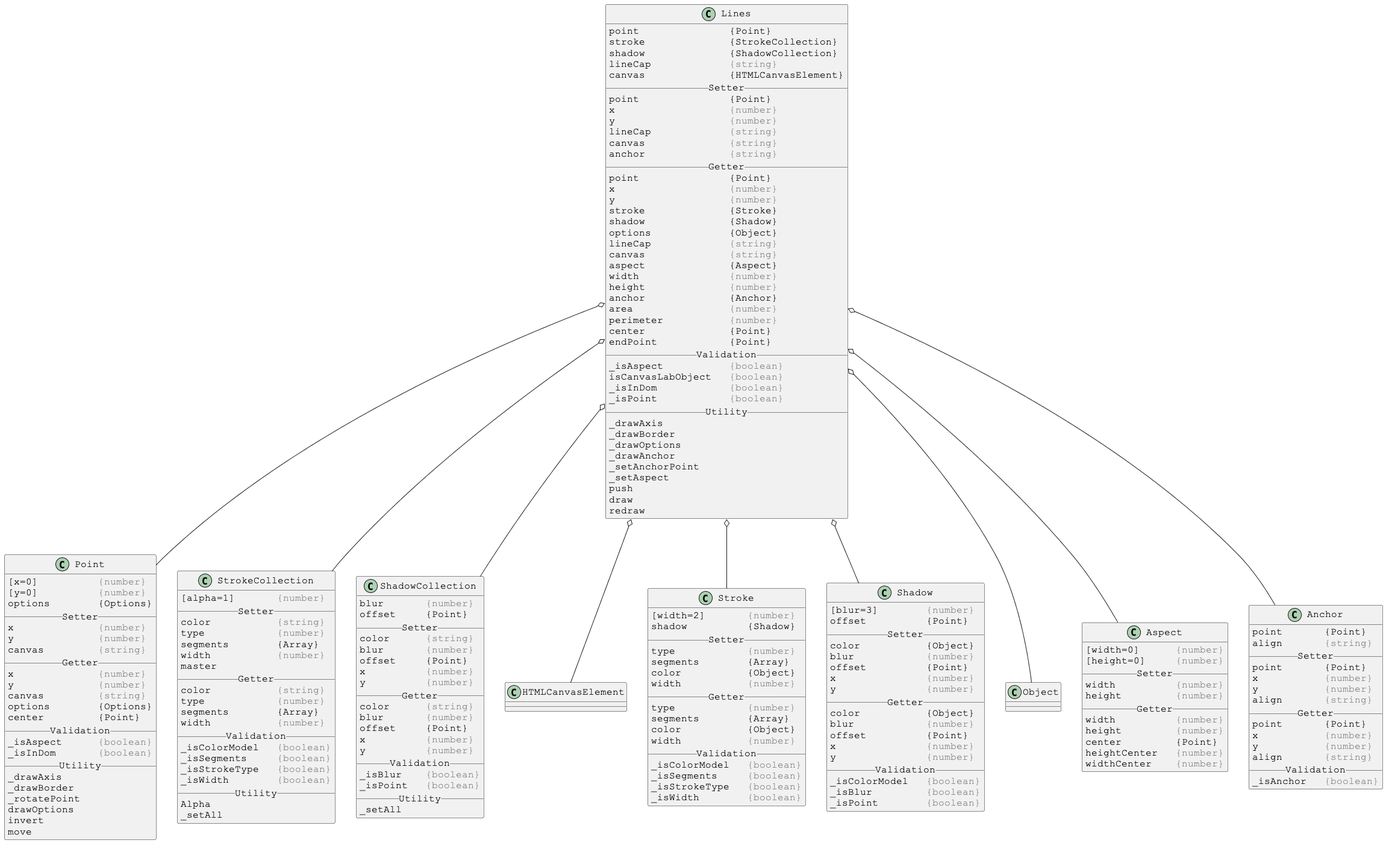
Justin-Byrne/canvasLab keeps this PlantUML diagram as docs/PlantUml/images/linked/Lines-linked.png. Above is the earlier version.
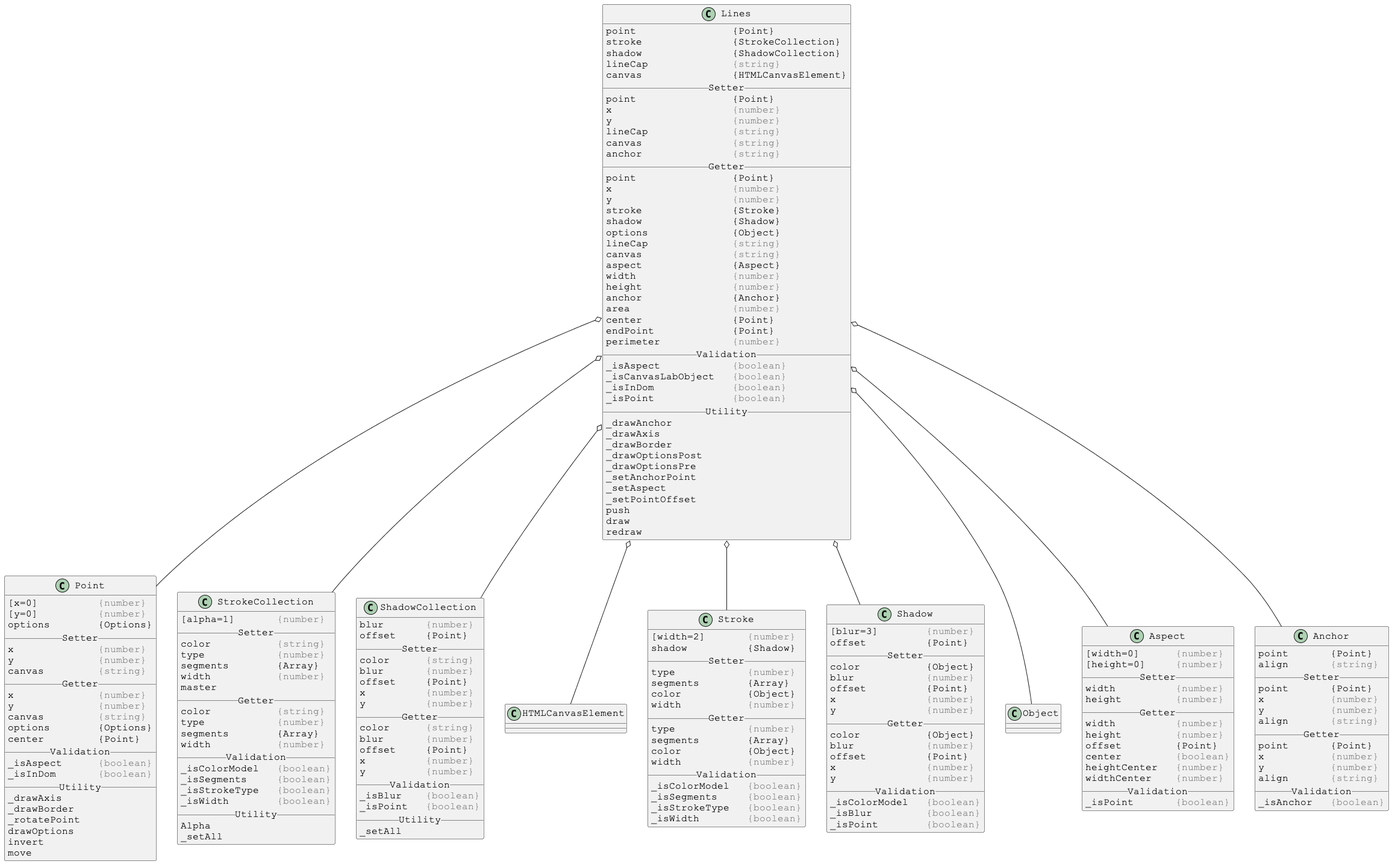
The same file after the commit.

What changed in the source:
```diff
@@ -4,47 +4,49 @@
 skinparam DefaultFontName Courier New
 
 class Lines {
-point               {Point}
-stroke              {StrokeCollection}
-shadow              {ShadowCollection}
-lineCap             <color:gray>{string}</color>
-canvas              {HTMLCanvasElement}
+point                {Point}
+stroke               {StrokeCollection}
+shadow               {ShadowCollection}
+lineCap              <color:gray>{string}</color>
+canvas               {HTMLCanvasElement}
 __ Setter __
-point               {Point}
-x                   <color:gray>{number}</color>
-y                   <color:gray>{number}</color>
-lineCap             <color:gray>{string}</color>
-canvas              <color:gray>{string}</color>
-anchor              <color:gray>{string}</color>
+point                {Point}
+x                    <color:gray>{number}</color>
+y                    <color:gray>{number}</color>
+lineCap              <color:gray>{string}</color>
+canvas               <color:gray>{string}</color>
+anchor               <color:gray>{string}</color>
 __ Getter __
-point               {Point}
-x                   <color:gray>{number}</color>
-y                   <color:gray>{number}</color>
-stroke              {Stroke}
-shadow              {Shadow}
-options             {Object}
-lineCap             <color:gray>{string}</color>
-canvas              <color:gray>{string}</color>
-aspect              {Aspect}
-width               <color:gray>{number}</color>
-height              <color:gray>{number}</color>
-anchor              {Anchor}
-area                <color:gray>{number}</color>
-perimeter           <color:gray>{number}</color>
-center              {Point}
-endPoint            {Point}
+point                {Point}
+x                    <color:gray>{number}</color>
+y                    <color:gray>{number}</color>
+stroke               {Stroke}
+shadow               {Shadow}
+options              {Object}
+lineCap              <color:gray>{string}</color>
+canvas               <color:gray>{string}</color>
+aspect               {Aspect}
+width                <color:gray>{number}</color>
+height               <color:gray>{number}</color>
+anchor               {Anchor}
+area                 <color:gray>{number}</color>
+center               {Point}
+endPoint             {Point}
+perimeter            <color:gray>{number}</color>
 __ Validation __
-_isAspect           <color:gray>{boolean}</color>
-isCanvasLabObject   <color:gray>{boolean}</color>
-_isInDom            <color:gray>{boolean}</color>
-_isPoint            <color:gray>{boolean}</color>
+_isAspect            <color:gray>{boolean}</color>
+_isCanvasLabObject   <color:gray>{boolean}</color>
+_isInDom             <color:gray>{boolean}</color>
+_isPoint             <color:gray>{boolean}</color>
 __ Utility __
+_drawAnchor
 _drawAxis
 _drawBorder
-_drawOptions
-_drawAnchor
+_drawOptionsPost
+_drawOptionsPre
 _setAnchorPoint
 _setAspect
+_setPointOffset
 push
 draw
 redraw
@@ -211,9 +213,12 @@
 __ Getter __
 width          <color:gray>{number}</color>
 height         <color:gray>{number}</color>
-center         {Point}
+offset         {Point}
+center         <color:gray>{boolean}</color>
 heightCenter   <color:gray>{number}</color>
 widthCenter    <color:gray>{number}</color>
+__ Validation __
+_isPoint       <color:gray>{boolean}</color>
 }
 
 
```
